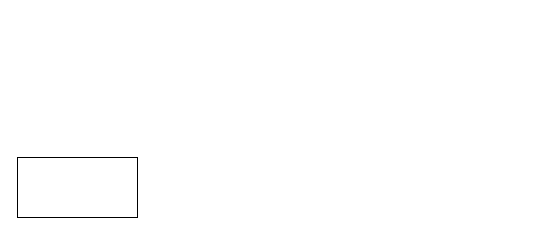
Before: 未命名绘图.drawio in likeyiyy/readbooks, a draw.io diagram. Source tidied: cells renumbered, new cells numbered last; positions are measured from the earlier drawing's top-left corner, leaving out a move shared by most shapes. Both pictures are drawn from the tidied source at 100%, with x=0, y=0 at pixel (17, 157).
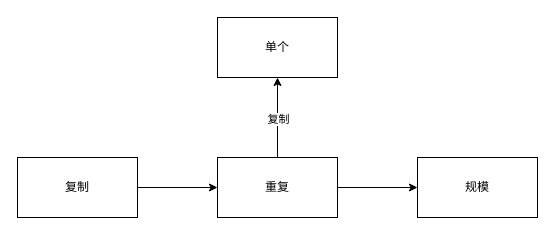
Above is the later version.

Commit message:
更新未命名绘图.drawio

The edit, as a diff of the source:
```diff
@@
 <mxGraphModel>
   <root>
     <mxCell id="0" />
     <mxCell id="1" parent="0" />
+    <mxCell id="3" style="edgeStyle=orthogonalEdgeStyle;rounded=0;jettySize=auto;html=1;" parent="1" edge="1" source="2" target="7">
+      <mxGeometry relative="1" as="geometry" />
+    </mxCell>
-    <mxCell id="2" style="rounded=0;whiteSpace=wrap;html=1;" parent="1" vertex="1">
+    <mxCell id="2" value="复制" style="rounded=0;whiteSpace=wrap;html=1;" parent="1" vertex="1">
       <mxGeometry width="120" height="60" as="geometry" />
     </mxCell>
+    <mxCell id="4" style="edgeStyle=orthogonalEdgeStyle;rounded=0;jettySize=auto;html=1;" parent="1" edge="1" source="7" target="8">
+      <mxGeometry relative="1" as="geometry" />
+    </mxCell>
+    <mxCell id="5" style="edgeStyle=orthogonalEdgeStyle;rounded=0;jettySize=auto;html=1;" parent="1" edge="1" source="7" target="9">
+      <mxGeometry relative="1" as="geometry" />
+    </mxCell>
+    <mxCell id="6" value="复制" style="edgeLabel;html=1;align=center;verticalAlign=middle;" parent="5" vertex="1">
+      <mxGeometry x="-0.03" relative="1" as="geometry" />
+    </mxCell>
+    <mxCell id="7" value="重复" style="whiteSpace=wrap;html=1;rounded=0;" parent="1" vertex="1">
+      <mxGeometry x="200" width="120" height="60" as="geometry" />
+    </mxCell>
+    <mxCell id="8" value="规模" style="whiteSpace=wrap;html=1;rounded=0;" parent="1" vertex="1">
+      <mxGeometry x="400" width="120" height="60" as="geometry" />
+    </mxCell>
+    <mxCell id="9" value="单个" style="whiteSpace=wrap;html=1;rounded=0;" parent="1" vertex="1">
+      <mxGeometry x="200" y="-140" width="120" height="60" as="geometry" />
+    </mxCell>
   </root>
 </mxGraphModel>
```
